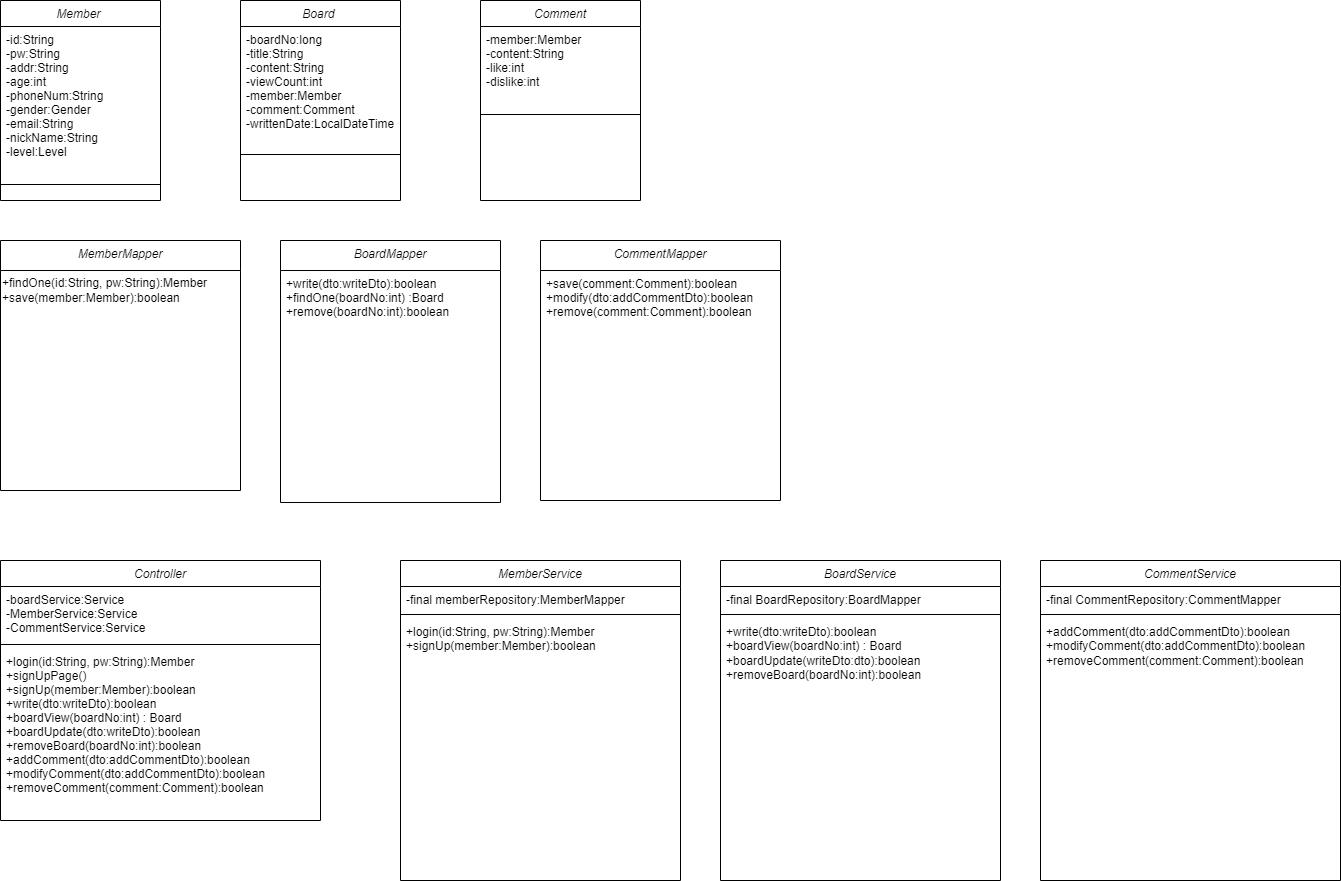
This is classdiagram/클래스다이어그램.drawio.png from foreverTeam4/four, a draw.io export, as it was before one commit. Source tidied: cells renumbered, new cells last; positions are measured from the earlier drawing's top-left corner, leaving out a move shared by most shapes.
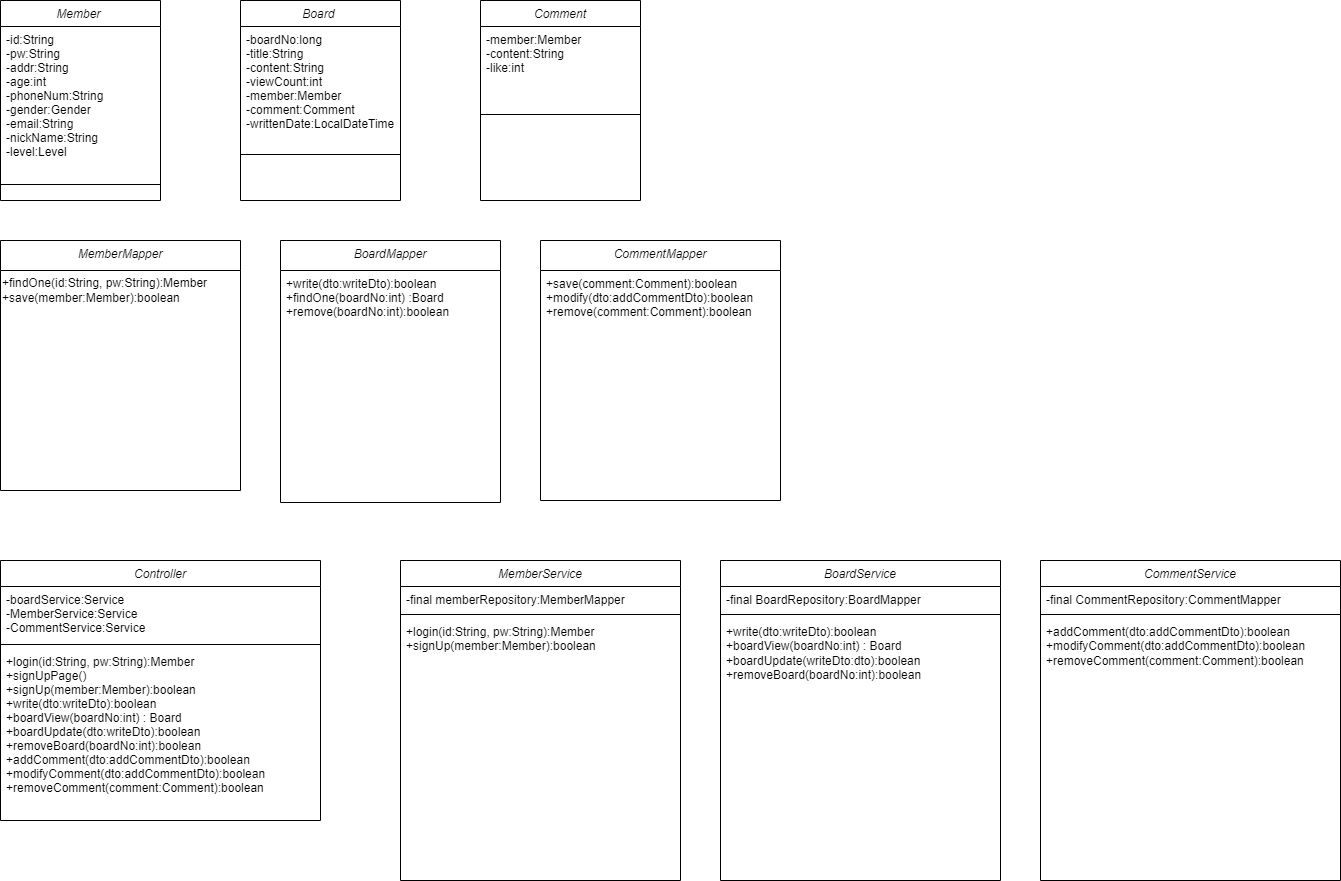
After the change.

Diff of the diagram source:
```diff
@@ -23,7 +23,7 @@
     <mxCell id="8" value="Comment" style="swimlane;fontStyle=2;align=center;verticalAlign=top;horizontal=1;startSize=26;rounded=0;shadow=0;strokeWidth=1;" parent="1" vertex="1">
       <mxGeometry x="480" width="160" height="200" as="geometry" />
     </mxCell>
-    <mxCell id="9" value="-member:Member&#10;-content:String&#10;-like:int&#10;-dislike:int" style="text;align=left;verticalAlign=top;spacingLeft=4;spacingRight=4;overflow=hidden;rounded=0;shadow=0;html=0;" parent="8" vertex="1">
+    <mxCell id="9" value="-member:Member&#10;-content:String&#10;-like:int" style="text;align=left;verticalAlign=top;spacingLeft=4;spacingRight=4;overflow=hidden;rounded=0;shadow=0;html=0;" parent="8" vertex="1">
       <mxGeometry y="26" width="160" height="84" as="geometry" />
     </mxCell>
     <mxCell id="10" style="line;html=1;strokeWidth=1;align=left;verticalAlign=middle;spacingTop=-1;spacingLeft=3;spacingRight=3;labelPosition=right;" parent="8" vertex="1">
```
